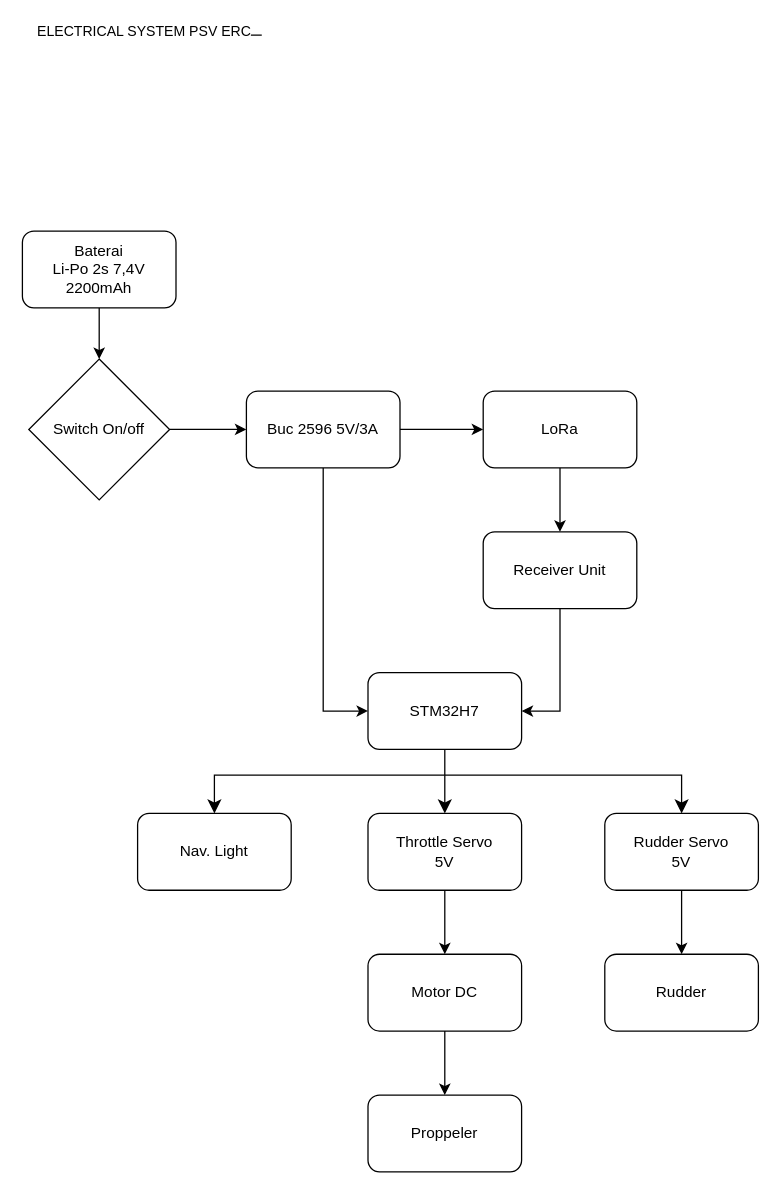
Above: page "PSV ERC" (1 of 2) of ELC_M. Gian Yudha P_Electrical design.drawio in Magang-Barunastra-2024/git-and-github-introduction-gianyudha (draw.io), before the change. Source tidied: cells renumbered, new cells numbered last; positions are measured from the earlier drawing's top-left corner, leaving out a move shared by most shapes. Both pictures are drawn from the tidied source at 128%, with x=0, y=0 at pixel (22, 35).
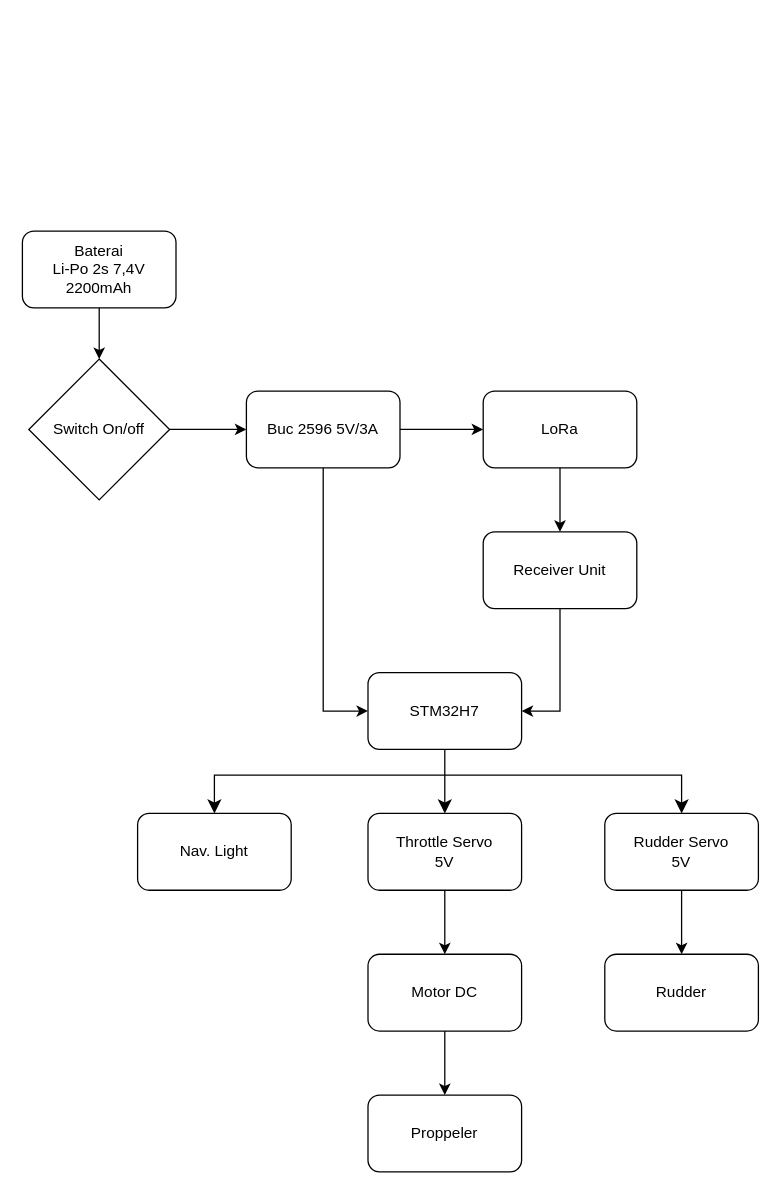
After the change.

Change to the diagram source:
```diff
@@
-    <mxCell id="26" style="endArrow=none;html=1;rounded=0;" parent="1" edge="1">
-      <mxGeometry relative="1" as="geometry">
-        <mxPoint x="27" as="sourcePoint" />
-        <mxPoint x="187" as="targetPoint" />
-      </mxGeometry>
-    </mxCell>
-    <mxCell id="27" value="ELECTRICAL SYSTEM PSV ERC" style="edgeLabel;html=1;align=center;verticalAlign=middle;" parent="26" vertex="1">
-      <mxGeometry x="-0.16" y="4" relative="1" as="geometry" />
-    </mxCell>
```
